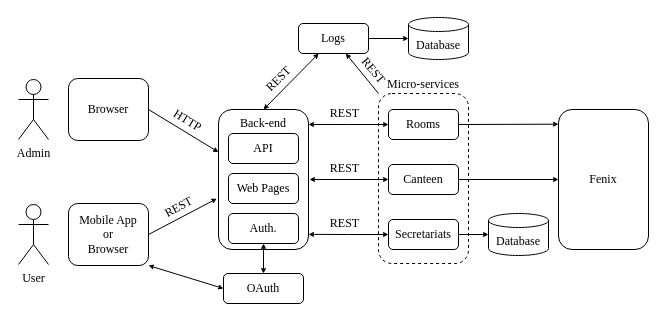
vascocandeias/IST-information-system keeps this draw.io diagram as Architecture.drawio. Above is the earlier version. Source tidied: cells renumbered, new cells numbered last; positions are measured from the earlier drawing's top-left corner, leaving out a move shared by most shapes. Both pictures are drawn from the tidied source at 100%, with x=0, y=0 at pixel (18, 17).
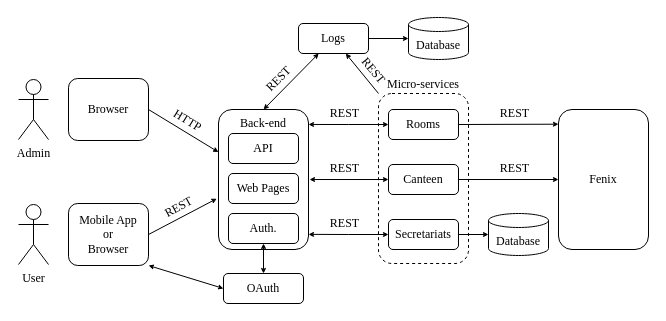
After the change.

What changed in the source:
```diff
@@
+    <mxCell id="39" value="REST" style="text;html=1;align=center;verticalAlign=middle;fontSize=12;fontFamily=Times New Roman;" parent="1" vertex="1">
+      <mxGeometry x="476" y="141" width="40" height="20" as="geometry" />
+    </mxCell>
+    <mxCell id="40" value="REST" style="text;html=1;align=center;verticalAlign=middle;fontSize=12;fontFamily=Times New Roman;" parent="1" vertex="1">
+      <mxGeometry x="476" y="86" width="40" height="20" as="geometry" />
+    </mxCell>
```
